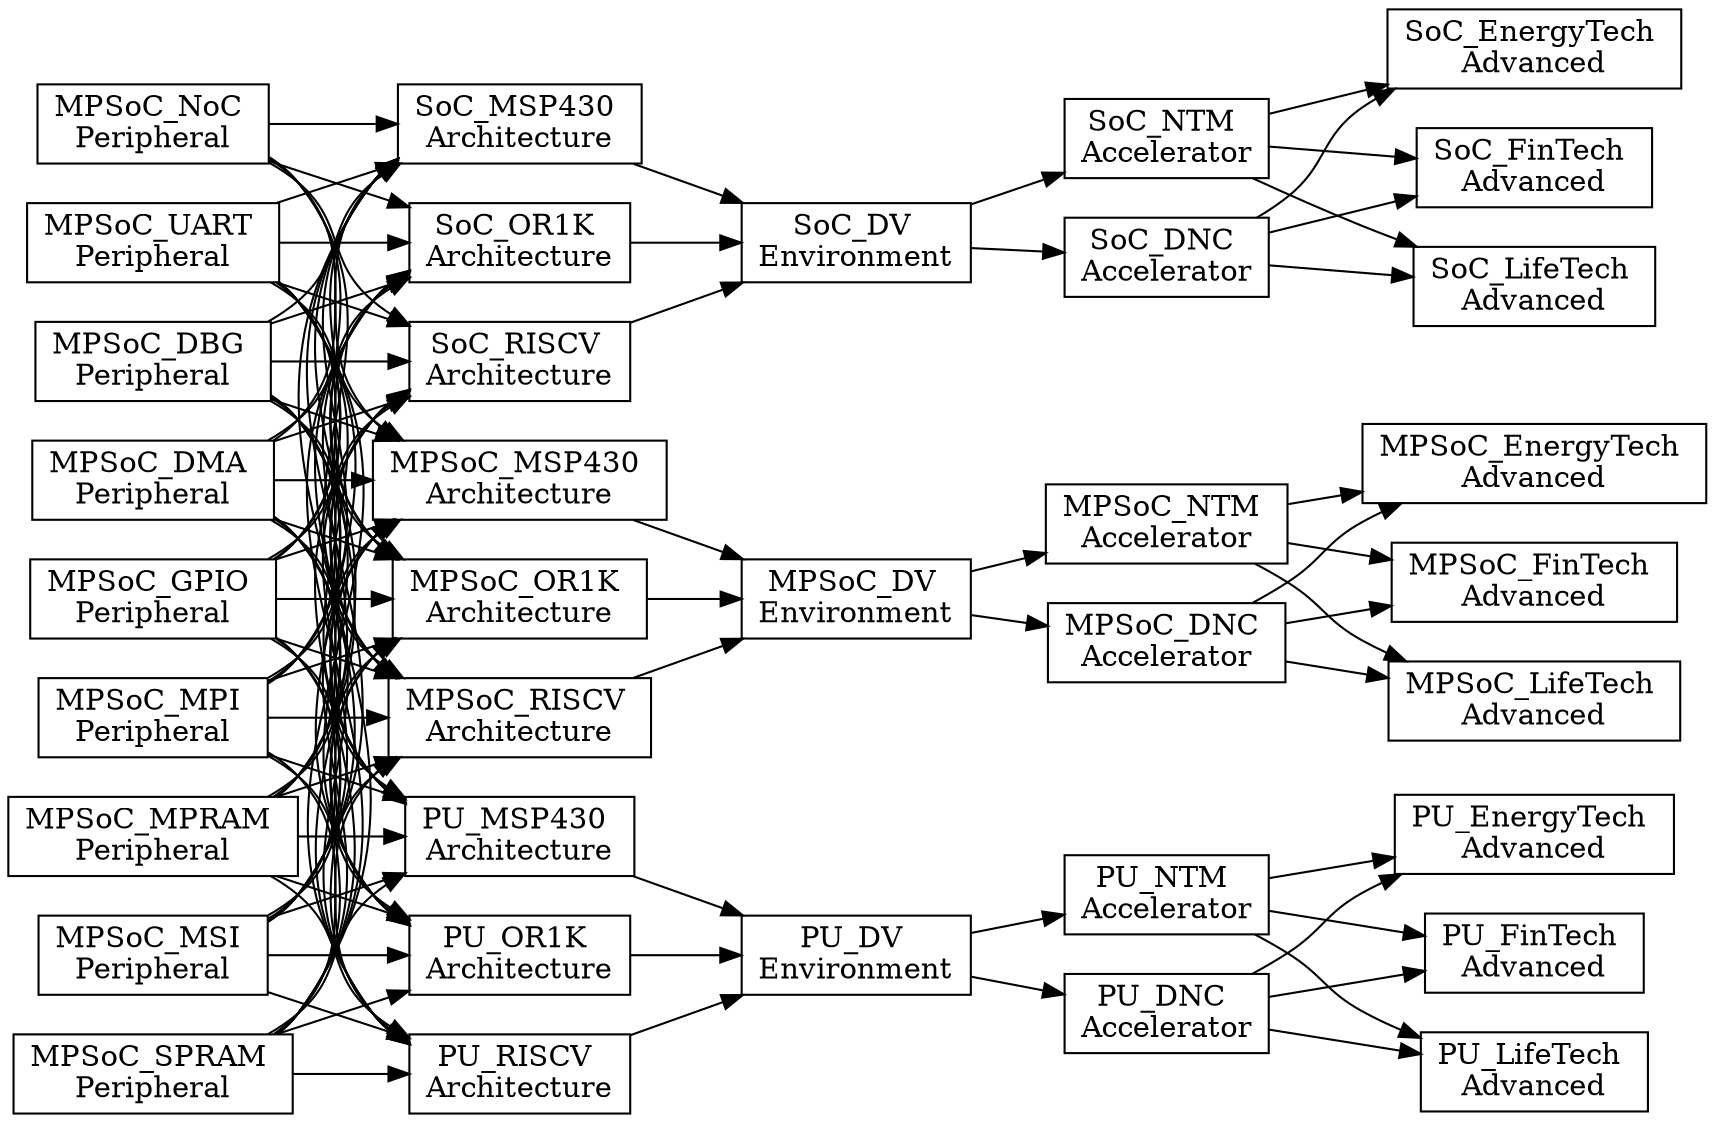
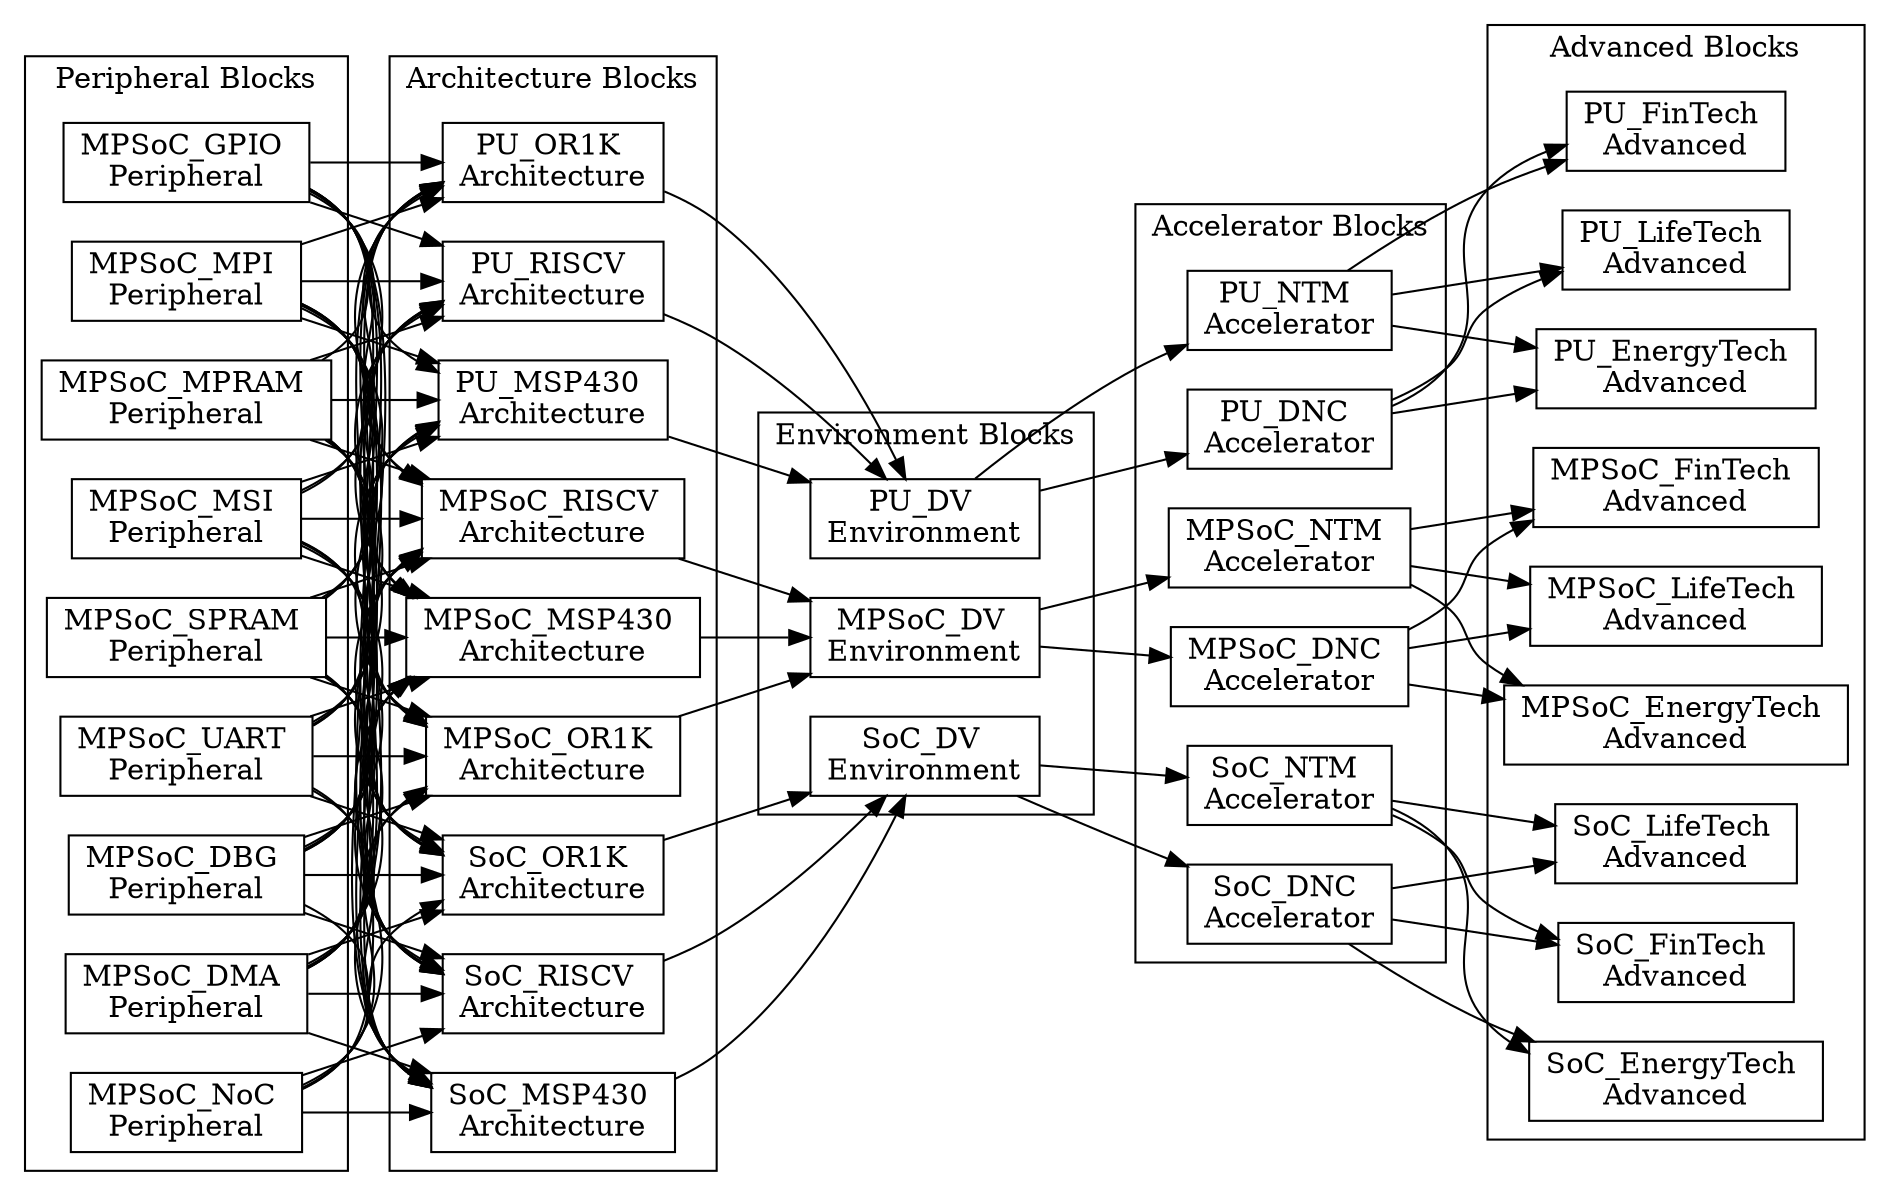
digraph Project {
  // Introduction
  graph [rankdir = LR];
  node[shape=record];

  // Peripheral Blocks
-   MPSoC_DBG[label="MPSoC_DBG \nPeripheral"];
-   MPSoC_DMA[label="MPSoC_DMA \nPeripheral"];
-   MPSoC_GPIO[label="MPSoC_GPIO \nPeripheral"];
-   MPSoC_MPI[label="MPSoC_MPI \nPeripheral"];
-   MPSoC_MPRAM[label="MPSoC_MPRAM \nPeripheral"];
-   MPSoC_MSI[label="MPSoC_MSI \nPeripheral"];
-   MPSoC_NoC[label="MPSoC_NoC \nPeripheral"];
-   MPSoC_SPRAM[label="MPSoC_SPRAM \nPeripheral"];
-   MPSoC_UART[label="MPSoC_UART \nPeripheral"];
+   subgraph "cluster PeripheralBlocks" { label = "Peripheral Blocks";
+     MPSoC_DBG[label="MPSoC_DBG \nPeripheral"];
+     MPSoC_DMA[label="MPSoC_DMA \nPeripheral"];
+     MPSoC_GPIO[label="MPSoC_GPIO \nPeripheral"];
+     MPSoC_MPI[label="MPSoC_MPI \nPeripheral"];
+     MPSoC_MPRAM[label="MPSoC_MPRAM \nPeripheral"];
+     MPSoC_MSI[label="MPSoC_MSI \nPeripheral"];
+     MPSoC_NoC[label="MPSoC_NoC \nPeripheral"];
+     MPSoC_SPRAM[label="MPSoC_SPRAM \nPeripheral"];
+     MPSoC_UART[label="MPSoC_UART \nPeripheral"];
+   }

  // Architecture Blocks
-   MPSoC_MSP430[label="MPSoC_MSP430 \nArchitecture"];
-   MPSoC_OR1K[label="MPSoC_OR1K \nArchitecture"];
-   MPSoC_RISCV[label="MPSoC_RISCV \nArchitecture"];
-   SoC_MSP430[label="SoC_MSP430 \nArchitecture"];
-   SoC_OR1K[label="SoC_OR1K \nArchitecture"];
-   SoC_RISCV[label="SoC_RISCV \nArchitecture"];
-   PU_MSP430[label="PU_MSP430 \nArchitecture"];
-   PU_OR1K[label="PU_OR1K \nArchitecture"];
-   PU_RISCV[label="PU_RISCV \nArchitecture"];
+   subgraph "cluster ArchitectureBlocks" { label = "Architecture Blocks";
+     MPSoC_MSP430[label="MPSoC_MSP430 \nArchitecture"];
+     MPSoC_OR1K[label="MPSoC_OR1K \nArchitecture"];
+     MPSoC_RISCV[label="MPSoC_RISCV \nArchitecture"];
+     SoC_MSP430[label="SoC_MSP430 \nArchitecture"];
+     SoC_OR1K[label="SoC_OR1K \nArchitecture"];
+     SoC_RISCV[label="SoC_RISCV \nArchitecture"];
+     PU_MSP430[label="PU_MSP430 \nArchitecture"];
+     PU_OR1K[label="PU_OR1K \nArchitecture"];
+     PU_RISCV[label="PU_RISCV \nArchitecture"];
+   }

  // Environment Blocks
-   MPSoC_DV[label="MPSoC_DV \nEnvironment"];
-   SoC_DV[label="SoC_DV \nEnvironment"];
-   PU_DV[label="PU_DV \nEnvironment"];
+   subgraph "cluster EnvironmentBlocks" { label = "Environment Blocks";
+     MPSoC_DV[label="MPSoC_DV \nEnvironment"];
+     SoC_DV[label="SoC_DV \nEnvironment"];
+     PU_DV[label="PU_DV \nEnvironment"];
+   }

  // Accelerator Blocks
-   MPSoC_NTM[label="MPSoC_NTM \nAccelerator"];
-   SoC_NTM[label="SoC_NTM \nAccelerator"];
-   PU_NTM[label="PU_NTM \nAccelerator"];
- 
-   MPSoC_DNC[label="MPSoC_DNC \nAccelerator"];
-   SoC_DNC[label="SoC_DNC \nAccelerator"];
-   PU_DNC[label="PU_DNC \nAccelerator"];
- 
-   // Advancedlocks
-   MPSoC_EnergyTech[label="MPSoC_EnergyTech \nAdvanced"];
-   SoC_EnergyTech[label="SoC_EnergyTech \nAdvanced"];
-   PU_EnergyTech[label="PU_EnergyTech \nAdvanced"];
- 
-   MPSoC_FinTech[label="MPSoC_FinTech \nAdvanced"];
-   SoC_FinTech[label="SoC_FinTech \nAdvanced"];
-   PU_FinTech[label="PU_FinTech \nAdvanced"];
- 
-   MPSoC_LifeTech[label="MPSoC_LifeTech \nAdvanced"];
-   SoC_LifeTech[label="SoC_LifeTech \nAdvanced"];
-   PU_LifeTech[label="PU_LifeTech \nAdvanced"];
+   subgraph "cluster AcceleratorBlocks" { label = "Accelerator Blocks";
+     MPSoC_NTM[label="MPSoC_NTM \nAccelerator"];
+     SoC_NTM[label="SoC_NTM \nAccelerator"];
+     PU_NTM[label="PU_NTM \nAccelerator"];
+ 
+     MPSoC_DNC[label="MPSoC_DNC \nAccelerator"];
+     SoC_DNC[label="SoC_DNC \nAccelerator"];
+     PU_DNC[label="PU_DNC \nAccelerator"];
+   }
+ 
+   // Advanced Blocks
+   subgraph "cluster AdvancedBlocks" { label = "Advanced Blocks";
+     MPSoC_EnergyTech[label="MPSoC_EnergyTech \nAdvanced"];
+     SoC_EnergyTech[label="SoC_EnergyTech \nAdvanced"];
+     PU_EnergyTech[label="PU_EnergyTech \nAdvanced"];
+ 
+     MPSoC_FinTech[label="MPSoC_FinTech \nAdvanced"];
+     SoC_FinTech[label="SoC_FinTech \nAdvanced"];
+     PU_FinTech[label="PU_FinTech \nAdvanced"];
+ 
+     MPSoC_LifeTech[label="MPSoC_LifeTech \nAdvanced"];
+     SoC_LifeTech[label="SoC_LifeTech \nAdvanced"];
+     PU_LifeTech[label="PU_LifeTech \nAdvanced"];
+   }

  // Peripheral -> Architecture
  MPSoC_DBG -> MPSoC_MSP430;
  MPSoC_DMA -> MPSoC_MSP430;
  MPSoC_GPIO -> MPSoC_MSP430;
  MPSoC_MPI -> MPSoC_MSP430;
  MPSoC_MPRAM -> MPSoC_MSP430;
  MPSoC_MSI -> MPSoC_MSP430;
  MPSoC_NoC -> MPSoC_MSP430;
  MPSoC_SPRAM -> MPSoC_MSP430;
  MPSoC_UART -> MPSoC_MSP430;

  MPSoC_DBG -> SoC_MSP430;
  MPSoC_DMA -> SoC_MSP430;
  MPSoC_GPIO -> SoC_MSP430;
  MPSoC_MPI -> SoC_MSP430;
  MPSoC_MPRAM -> SoC_MSP430;
  MPSoC_MSI -> SoC_MSP430;
  MPSoC_NoC -> SoC_MSP430;
  MPSoC_SPRAM -> SoC_MSP430;
  MPSoC_UART -> SoC_MSP430;

  MPSoC_DBG -> PU_MSP430;
  MPSoC_DMA -> PU_MSP430;
  MPSoC_GPIO -> PU_MSP430;
  MPSoC_MPI -> PU_MSP430;
  MPSoC_MPRAM -> PU_MSP430;
  MPSoC_MSI -> PU_MSP430;
  MPSoC_SPRAM -> PU_MSP430;
  MPSoC_UART -> PU_MSP430;


  MPSoC_DBG -> MPSoC_OR1K;
  MPSoC_DMA -> MPSoC_OR1K;
  MPSoC_GPIO -> MPSoC_OR1K;
  MPSoC_MPI -> MPSoC_OR1K;
  MPSoC_MPRAM -> MPSoC_OR1K;
  MPSoC_MSI -> MPSoC_OR1K;
  MPSoC_NoC -> MPSoC_OR1K;
  MPSoC_SPRAM -> MPSoC_OR1K;
  MPSoC_UART -> MPSoC_OR1K;

  MPSoC_DBG -> SoC_OR1K;
  MPSoC_DMA -> SoC_OR1K;
  MPSoC_GPIO -> SoC_OR1K;
  MPSoC_MPI -> SoC_OR1K;
  MPSoC_MPRAM -> SoC_OR1K;
  MPSoC_MSI -> SoC_OR1K;
  MPSoC_NoC -> SoC_OR1K;
  MPSoC_SPRAM -> SoC_OR1K;
  MPSoC_UART -> SoC_OR1K;

  MPSoC_DBG -> PU_OR1K;
  MPSoC_DMA -> PU_OR1K;
  MPSoC_GPIO -> PU_OR1K;
  MPSoC_MPI -> PU_OR1K;
  MPSoC_MPRAM -> PU_OR1K;
  MPSoC_MSI -> PU_OR1K;
  MPSoC_SPRAM -> PU_OR1K;
  MPSoC_UART -> PU_OR1K;


  MPSoC_DBG -> MPSoC_RISCV;
  MPSoC_DMA -> MPSoC_RISCV;
  MPSoC_GPIO -> MPSoC_RISCV;
  MPSoC_MPI -> MPSoC_RISCV;
  MPSoC_MPRAM -> MPSoC_RISCV;
  MPSoC_MSI -> MPSoC_RISCV;
  MPSoC_NoC -> MPSoC_RISCV;
  MPSoC_SPRAM -> MPSoC_RISCV;
  MPSoC_UART -> MPSoC_RISCV;

  MPSoC_DBG -> SoC_RISCV;
  MPSoC_DMA -> SoC_RISCV;
  MPSoC_GPIO -> SoC_RISCV;
  MPSoC_MPI -> SoC_RISCV;
  MPSoC_MPRAM -> SoC_RISCV;
  MPSoC_MSI -> SoC_RISCV;
  MPSoC_NoC -> SoC_RISCV;
  MPSoC_SPRAM -> SoC_RISCV;
  MPSoC_UART -> SoC_RISCV;

  MPSoC_DBG -> PU_RISCV;
  MPSoC_DMA -> PU_RISCV;
  MPSoC_GPIO -> PU_RISCV;
  MPSoC_MPI -> PU_RISCV;
  MPSoC_MPRAM -> PU_RISCV;
  MPSoC_MSI -> PU_RISCV;
  MPSoC_SPRAM -> PU_RISCV;
  MPSoC_UART -> PU_RISCV;

  // Architecture -> Environment
  PU_MSP430 -> PU_DV;
  PU_OR1K -> PU_DV;
  PU_RISCV -> PU_DV;

  SoC_MSP430 -> SoC_DV;
  SoC_OR1K -> SoC_DV;
  SoC_RISCV -> SoC_DV;

  MPSoC_MSP430 -> MPSoC_DV;
  MPSoC_OR1K -> MPSoC_DV;
  MPSoC_RISCV -> MPSoC_DV;

  // Environment -> Accelerator
  PU_DV -> PU_NTM;
  PU_DV -> PU_DNC;

  SoC_DV -> SoC_NTM;
  SoC_DV -> SoC_DNC;

  MPSoC_DV -> MPSoC_NTM;
  MPSoC_DV -> MPSoC_DNC;

  // Accelerator -> Advanced
  PU_NTM -> PU_EnergyTech;
  PU_DNC -> PU_EnergyTech;

  SoC_NTM -> SoC_EnergyTech;
  SoC_DNC -> SoC_EnergyTech;

  MPSoC_NTM -> MPSoC_EnergyTech;
  MPSoC_DNC -> MPSoC_EnergyTech;


  PU_NTM -> PU_FinTech;
  PU_DNC -> PU_FinTech;

  SoC_NTM -> SoC_FinTech;
  SoC_DNC -> SoC_FinTech;

  MPSoC_NTM -> MPSoC_FinTech;
  MPSoC_DNC -> MPSoC_FinTech;


  PU_NTM -> PU_LifeTech;
  PU_DNC -> PU_LifeTech;

  SoC_NTM -> SoC_LifeTech;
  SoC_DNC -> SoC_LifeTech;

  MPSoC_NTM -> MPSoC_LifeTech;
  MPSoC_DNC -> MPSoC_LifeTech;
}
